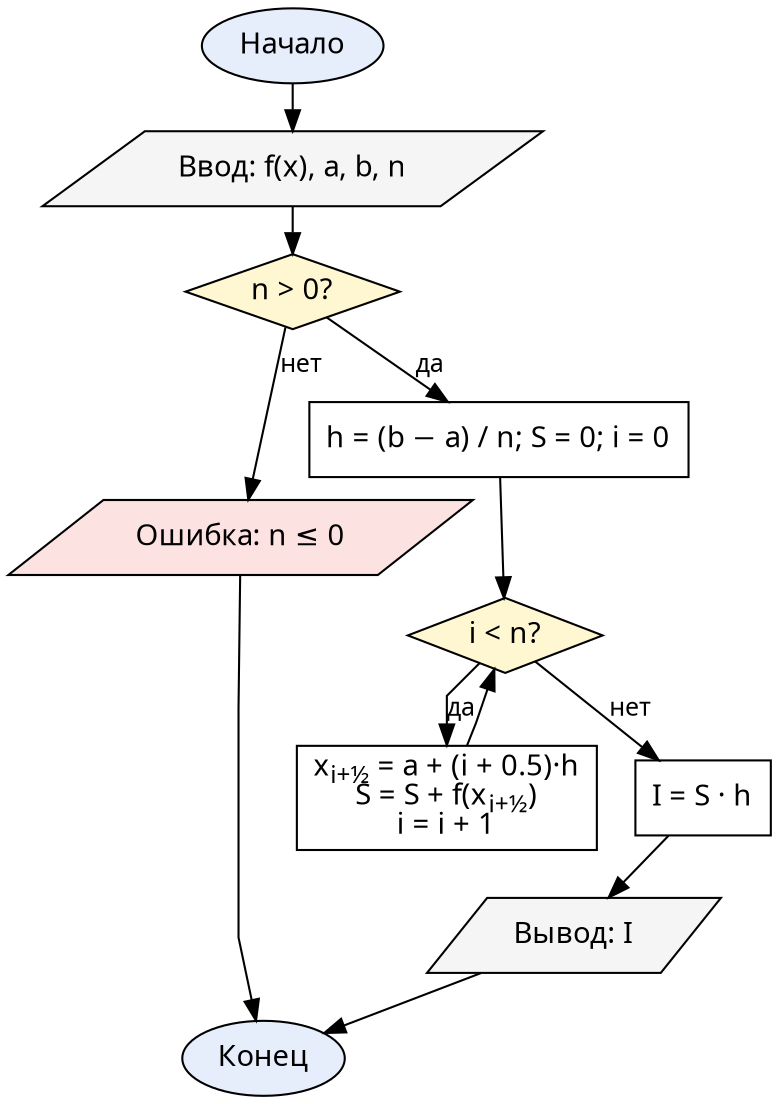
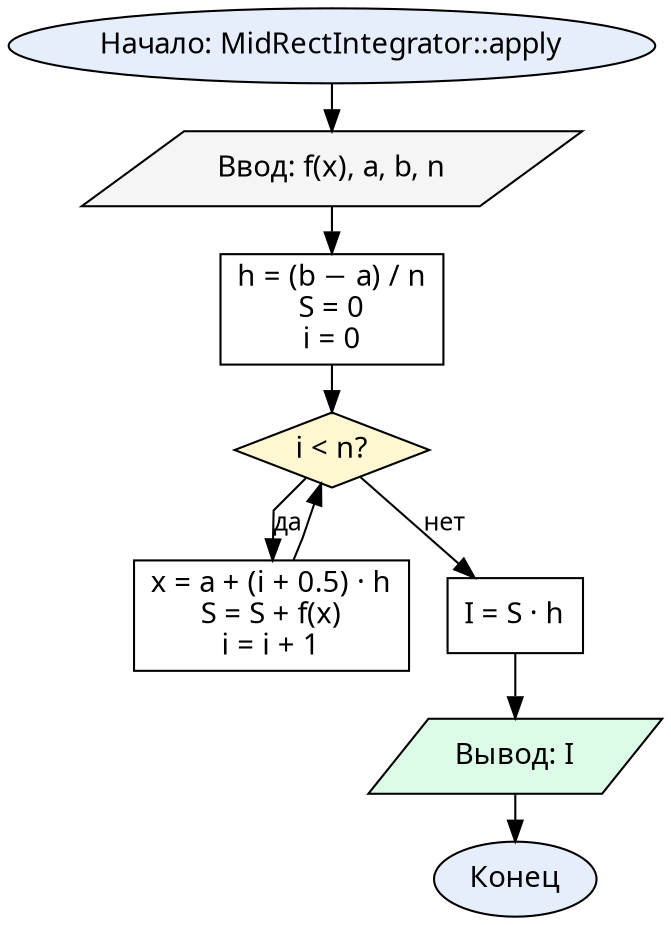
digraph MidRect {
  graph [fontname="CMU Serif", rankdir=TB, nodesep=0.25, ranksep=0.3, splines=polyline]
  node  [fontname="CMU Serif", fontsize=14, style="filled", fillcolor="#ffffff", color="#000000"]
  edge  [fontname="CMU Serif", fontsize=12, color="#000000"]

-   start [label="Начало", shape=oval, fillcolor="#e6eefc"]
-   input [label="Ввод: f(x), a, b, n", shape=parallelogram, fillcolor="#f5f5f5"]
-   chkN  [label=<n &gt; 0?>, shape=diamond, fillcolor="#fff7d1"]
-   err   [label="Ошибка: n ≤ 0", shape=parallelogram, fillcolor="#fde2e2"]
-   init  [label=<h = (b − a) / n; S = 0; i = 0>, shape=box]
-   loop  [label=<i &lt; n?>, shape=diamond, fillcolor="#fff7d1"]
-   body  [label=<x<SUB>i+½</SUB> = a + (i + 0.5)·h<BR/>S = S + f(x<SUB>i+½</SUB>)<BR/>i = i + 1>, shape=box]
-   mul   [label=<I = S · h>, shape=box]
-   output [label=<Вывод: I>, shape=parallelogram, fillcolor="#f5f5f5"]
+   start  [label="Начало: MidRectIntegrator::apply", shape=oval, fillcolor="#e6eefc"]
+   input  [label="Ввод: f(x), a, b, n", shape=parallelogram, fillcolor="#f5f5f5"]
+   init   [label=<h = (b − a) / n<BR/>S = 0<BR/>i = 0>, shape=box]
+   loop   [label=<i &lt; n?>, shape=diamond, fillcolor="#fff7d1"]
+   body   [label=<x = a + (i + 0.5) · h<BR/>S = S + f(x)<BR/>i = i + 1>, shape=box]
+   mul    [label=<I = S · h>, shape=box]
+   output [label=<Вывод: I>, shape=parallelogram, fillcolor="#dcfce7"]
  stop   [label="Конец", shape=oval, fillcolor="#e6eefc"]

-   start -> input -> chkN
-   chkN -> err [label="нет"]
-   err -> stop
-   chkN -> init [label="да"]
-   init -> loop
+   start -> input -> init -> loop
  loop -> body [label="да"]
  body -> loop
  loop -> mul [label="нет"]
  mul -> output -> stop
}
